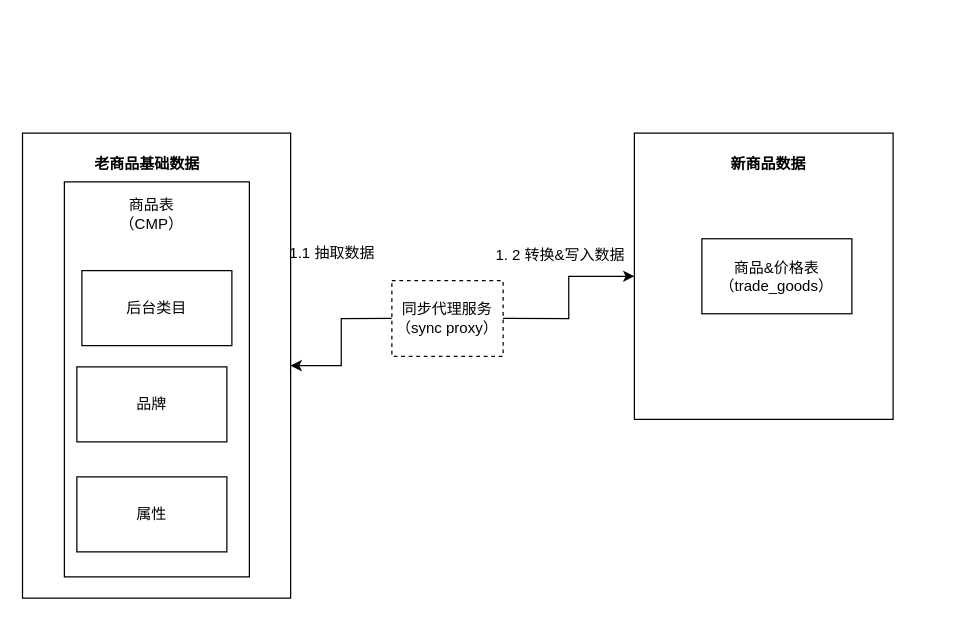
Before: page "商品老数据同步" (16 of 17) of docs/租赁平台.drawio in lokiworks/codebase, a draw.io diagram. Source tidied: cells renumbered, new cells numbered last; positions are measured from the earlier drawing's top-left corner, leaving out a move shared by most shapes. Both pictures are drawn from the tidied source at 125%, with x=0, y=0 at pixel (21, 132).
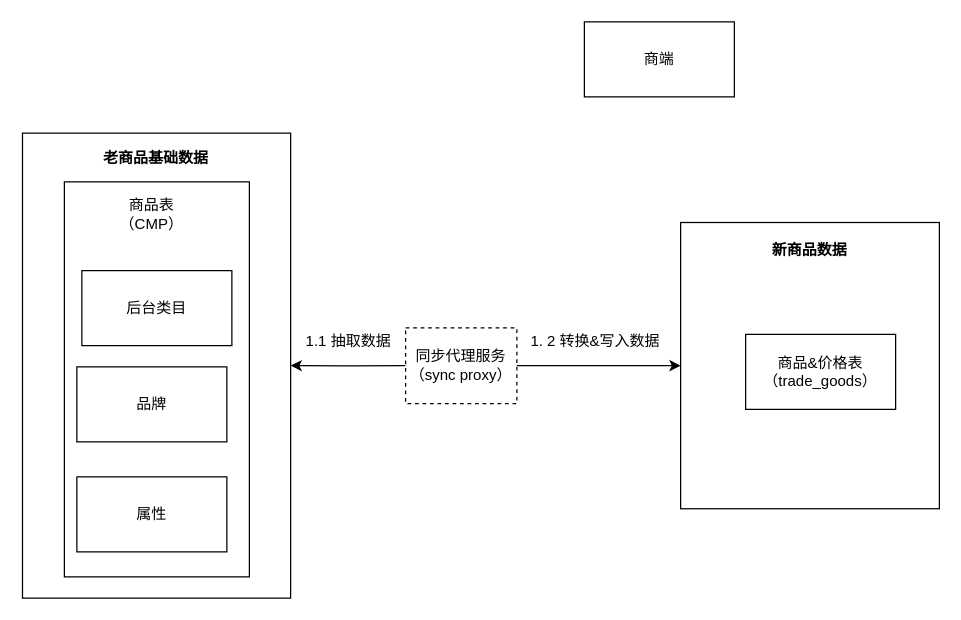
After the change.

Diff of the diagram source:
```diff
@@
 <mxGraphModel>
   <root>
     <mxCell id="0" />
     <mxCell id="1" parent="0" />
     <mxCell id="2" style="rounded=0;whiteSpace=wrap;html=1;" parent="1" vertex="1">
       <mxGeometry x="0.5" width="214.5" height="372" as="geometry" />
     </mxCell>
     <mxCell id="3" style="rounded=0;whiteSpace=wrap;html=1;" parent="1" vertex="1">
       <mxGeometry x="34" y="39" width="148" height="316" as="geometry" />
     </mxCell>
     <mxCell id="4" value="后台类目" style="rounded=0;whiteSpace=wrap;html=1;" parent="1" vertex="1">
       <mxGeometry x="48" y="110" width="120" height="60" as="geometry" />
     </mxCell>
     <mxCell id="5" value="品牌" style="rounded=0;whiteSpace=wrap;html=1;" parent="1" vertex="1">
       <mxGeometry x="44" y="187" width="120" height="60" as="geometry" />
     </mxCell>
     <mxCell id="6" style="edgeStyle=orthogonalEdgeStyle;rounded=0;jettySize=auto;html=1;exitX=0;exitY=0.5;exitDx=0;exitDy=0;entryX=1;entryY=0.5;entryDx=0;entryDy=0;endArrow=classic;endFill=1;" parent="1" edge="1" source="7" target="2">
       <mxGeometry relative="1" as="geometry" />
     </mxCell>
     <mxCell id="7" value="同步代理服务&lt;br&gt;（sync proxy）" style="rounded=0;whiteSpace=wrap;html=1;dashed=1;" parent="1" vertex="1">
-      <mxGeometry x="296" y="118" width="89" height="60.5" as="geometry" />
+      <mxGeometry x="307" y="155.8" width="89" height="60.5" as="geometry" />
     </mxCell>
     <mxCell id="8" value="老商品基础数据" style="text;html=1;strokeColor=none;fillColor=none;align=center;verticalAlign=middle;whiteSpace=wrap;rounded=0;fontStyle=1;" parent="1" vertex="1">
-      <mxGeometry x="57" y="10" width="87" height="29" as="geometry" />
+      <mxGeometry x="64.2" y="5" width="87" height="29" as="geometry" />
     </mxCell>
     <mxCell id="9" style="rounded=0;whiteSpace=wrap;html=1;" parent="1" vertex="1">
-      <mxGeometry x="490" width="207" height="229" as="geometry" />
+      <mxGeometry x="527" y="71.5" width="207" height="229" as="geometry" />
     </mxCell>
     <mxCell id="10" value="新商品数据" style="text;html=1;strokeColor=none;fillColor=none;align=center;verticalAlign=middle;whiteSpace=wrap;rounded=0;fontStyle=1;" parent="1" vertex="1">
-      <mxGeometry x="554" y="10" width="87" height="29" as="geometry" />
+      <mxGeometry x="587" y="79" width="87" height="29" as="geometry" />
     </mxCell>
     <mxCell id="11" value="商品&amp;amp;价格表&lt;br&gt;（trade_goods）" style="rounded=0;whiteSpace=wrap;html=1;" parent="1" vertex="1">
-      <mxGeometry x="544" y="84.5" width="120" height="60" as="geometry" />
+      <mxGeometry x="579" y="161" width="120" height="60" as="geometry" />
     </mxCell>
     <mxCell id="12" style="edgeStyle=orthogonalEdgeStyle;rounded=0;jettySize=auto;html=1;endArrow=none;endFill=0;exitX=0;exitY=0.5;exitDx=0;exitDy=0;startArrow=classic;startFill=1;entryX=1;entryY=0.5;entryDx=0;entryDy=0;" parent="1" edge="1" source="9" target="7">
       <mxGeometry relative="1" as="geometry" />
     </mxCell>
     <mxCell id="13" value="1.1 抽取数据" style="text;html=1;strokeColor=none;fillColor=none;align=center;verticalAlign=middle;whiteSpace=wrap;rounded=0;dashed=1;" parent="1" vertex="1">
-      <mxGeometry x="207.5" y="84.5" width="81" height="22" as="geometry" />
+      <mxGeometry x="221" y="155.8" width="81" height="22" as="geometry" />
     </mxCell>
     <mxCell id="14" value="1. 2 转换&amp;amp;写入数据" style="text;html=1;strokeColor=none;fillColor=none;align=center;verticalAlign=middle;whiteSpace=wrap;rounded=0;dashed=1;" parent="1" vertex="1">
-      <mxGeometry x="377" y="84.5" width="108" height="27.5" as="geometry" />
+      <mxGeometry x="405" y="153" width="108" height="27.5" as="geometry" />
     </mxCell>
     <mxCell id="15" value="属性" style="rounded=0;whiteSpace=wrap;html=1;" parent="1" vertex="1">
       <mxGeometry x="44" y="275" width="120" height="60" as="geometry" />
     </mxCell>
     <mxCell id="16" value="商品表&lt;br&gt;（CMP）" style="text;html=1;strokeColor=none;fillColor=none;align=center;verticalAlign=middle;whiteSpace=wrap;rounded=0;" parent="1" vertex="1">
       <mxGeometry x="66" y="51" width="76" height="28" as="geometry" />
     </mxCell>
+    <mxCell id="17" value="商端" style="rounded=0;whiteSpace=wrap;html=1;" parent="1" vertex="1">
+      <mxGeometry x="450" y="-89" width="120" height="60" as="geometry" />
+    </mxCell>
   </root>
 </mxGraphModel>
```
